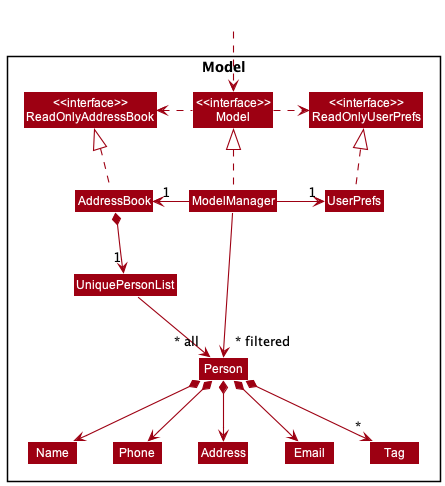
Above: docs/images/ModelClassDiagram.png in nus-cs2103-AY2223S2/tp (PlantUML), before the change.
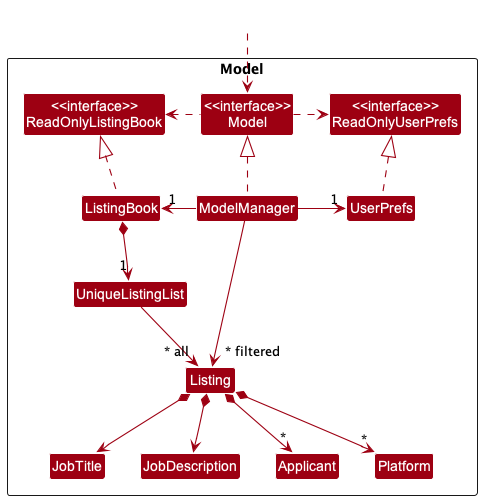
Above is the later version.

Commit message:
Add Model Command in DG

Change to the diagram source:
```diff
@@ -5,46 +5,41 @@
 skinparam classBackgroundColor MODEL_COLOR
 
 Package Model <<Rectangle>>{
-Class "<<interface>>\nReadOnlyAddressBook" as ReadOnlyAddressBook
+Class "<<interface>>\nReadOnlyListingBook" as ReadOnlyListingBook
 Class "<<interface>>\nReadOnlyUserPrefs" as ReadOnlyUserPrefs
 Class "<<interface>>\nModel" as Model
-Class AddressBook
+Class ListingBook
 Class ModelManager
 Class UserPrefs
 
-Class UniquePersonList
-Class Person
-Class Address
-Class Email
-Class Name
-Class Phone
-Class Tag
+Class UniqueListingList
+Class Listing
+Class JobTitle
+Class JobDescription
+Class Applicant
+Class Platform
 
 }
 
 Class HiddenOutside #FFFFFF
 HiddenOutside ..> Model
 
-AddressBook .up.|> ReadOnlyAddressBook
+ListingBook .up.|> ReadOnlyListingBook
 
 ModelManager .up.|> Model
 Model .right.> ReadOnlyUserPrefs
-Model .left.> ReadOnlyAddressBook
-ModelManager -left-> "1" AddressBook
+Model .left.> ReadOnlyListingBook
+ModelManager -left-> "1" ListingBook
 ModelManager -right-> "1" UserPrefs
 UserPrefs .up.|> ReadOnlyUserPrefs
 
-AddressBook *--> "1" UniquePersonList
-UniquePersonList --> "~* all" Person
-Person *--> Name
-Person *--> Phone
-Person *--> Email
-Person *--> Address
-Person *--> "*" Tag
+ListingBook *--> "1" UniqueListingList
+UniqueListingList --> "~* all" Listing
+Listing *--> JobTitle
+Listing *--> JobDescription
+Listing *--> "*" Applicant
+Listing *--> "*" Platform
 
-Name -[hidden]right-> Phone
-Phone -[hidden]right-> Address
-Address -[hidden]right-> Email
 
-ModelManager -->"~* filtered" Person
+ModelManager -->"~* filtered" Listing
 @enduml
```
